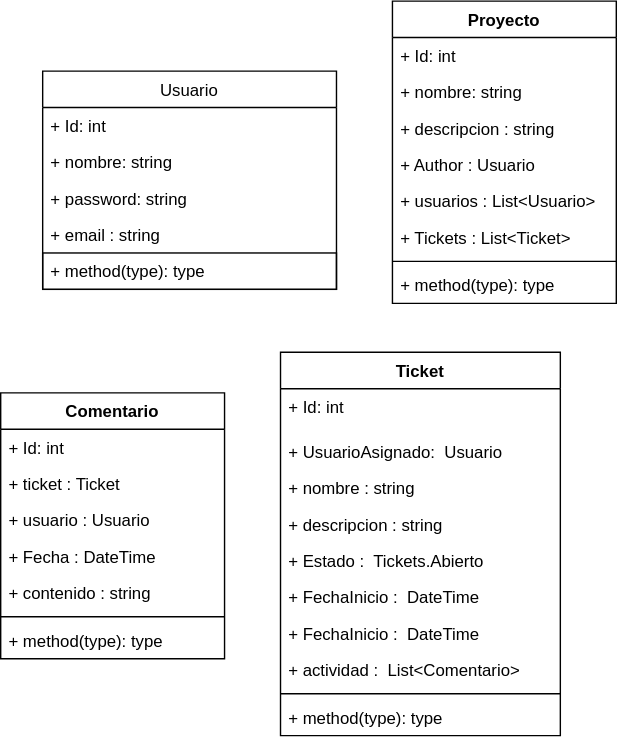
Sherklan12e/Gestion-de-Proyectos keeps this draw.io diagram as Diagrama.drawio.svg. Above is the earlier version. Source tidied: cells renumbered, new cells last; positions are measured from the earlier drawing's top-left corner, leaving out a move shared by most shapes.
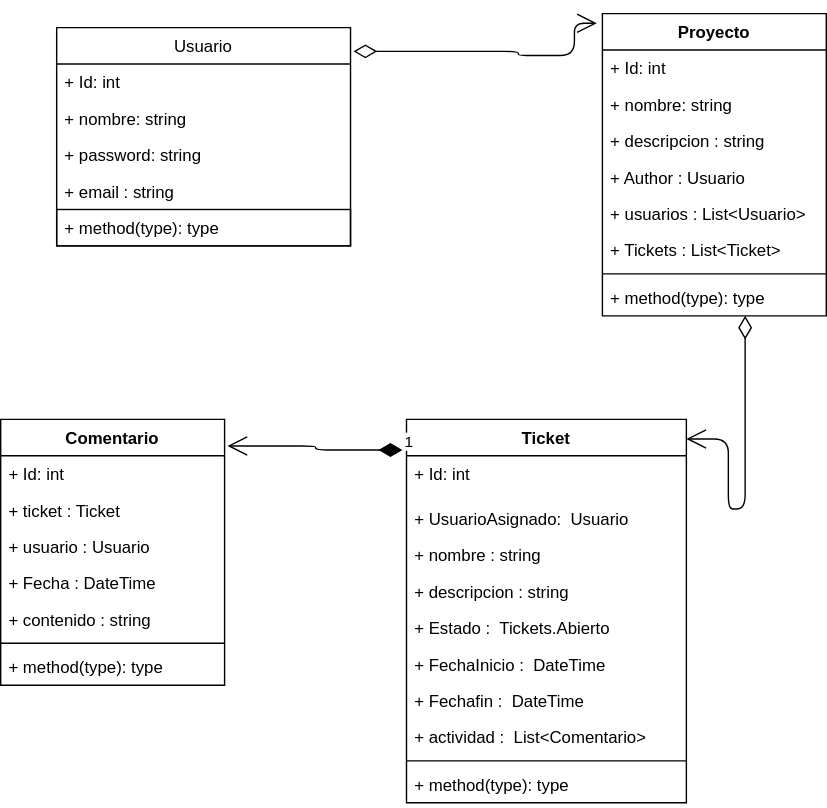
The same file after the commit.

The edit, as a diff of the source:
```diff
@@ -3,7 +3,7 @@
     <mxCell id="0" />
     <mxCell id="1" parent="0" />
     <mxCell id="2" value="Usuario" style="swimlane;fontStyle=0;horizontal=1;startSize=26;fillColor=none;" parent="1" vertex="1">
-      <mxGeometry x="30" y="50" width="210" height="156" as="geometry" />
+      <mxGeometry x="70" y="-20" width="210" height="156" as="geometry" />
     </mxCell>
     <mxCell id="3" value="+ Id: int" style="text;strokeColor=none;fillColor=none;align=left;verticalAlign=top;spacingLeft=4;spacingRight=4;overflow=hidden;" parent="2" vertex="1">
       <mxGeometry y="26" width="210" height="26" as="geometry" />
@@ -21,7 +21,7 @@
       <mxGeometry y="130" width="210" height="26" as="geometry" />
     </mxCell>
     <mxCell id="8" value="Proyecto" style="swimlane;fontStyle=1;align=center;verticalAlign=top;horizontal=1;startSize=26;" parent="1" vertex="1">
-      <mxGeometry x="280" width="160" height="216" as="geometry" />
+      <mxGeometry x="460" y="-30" width="160" height="216" as="geometry" />
     </mxCell>
     <mxCell id="9" value="+ Id: int" style="text;strokeColor=none;fillColor=none;align=left;verticalAlign=top;spacingLeft=4;spacingRight=4;overflow=hidden;" parent="8" vertex="1">
       <mxGeometry y="26" width="160" height="26" as="geometry" />
@@ -48,7 +48,7 @@
       <mxGeometry y="190" width="160" height="26" as="geometry" />
     </mxCell>
     <mxCell id="17" value="Comentario" style="swimlane;fontStyle=1;align=center;verticalAlign=top;horizontal=1;startSize=26;" parent="1" vertex="1">
-      <mxGeometry y="280" width="160" height="190" as="geometry" />
+      <mxGeometry x="30" y="260" width="160" height="190" as="geometry" />
     </mxCell>
     <mxCell id="18" value="+ Id: int" style="text;strokeColor=none;fillColor=none;align=left;verticalAlign=top;spacingLeft=4;spacingRight=4;overflow=hidden;" parent="17" vertex="1">
       <mxGeometry y="26" width="160" height="26" as="geometry" />
@@ -72,7 +72,7 @@
       <mxGeometry y="164" width="160" height="26" as="geometry" />
     </mxCell>
     <mxCell id="25" value="Ticket" style="swimlane;fontStyle=1;align=center;verticalAlign=top;horizontal=1;startSize=26;" parent="1" vertex="1">
-      <mxGeometry x="200" y="251" width="200" height="274" as="geometry" />
+      <mxGeometry x="320" y="260" width="200" height="274" as="geometry" />
     </mxCell>
     <mxCell id="26" value="+ Id: int" style="text;strokeColor=none;fillColor=none;align=left;verticalAlign=top;spacingLeft=4;spacingRight=4;overflow=hidden;" parent="25" vertex="1">
       <mxGeometry y="26" width="200" height="32" as="geometry" />
@@ -92,7 +92,7 @@
     <mxCell id="31" value="+ FechaInicio :  DateTime" style="text;strokeColor=none;fillColor=none;align=left;verticalAlign=top;spacingLeft=4;spacingRight=4;overflow=hidden;" parent="25" vertex="1">
       <mxGeometry y="162" width="200" height="26" as="geometry" />
     </mxCell>
-    <mxCell id="32" value="+ FechaInicio :  DateTime" style="text;strokeColor=none;fillColor=none;align=left;verticalAlign=top;spacingLeft=4;spacingRight=4;overflow=hidden;" parent="25" vertex="1">
+    <mxCell id="32" value="+ Fechafin :  DateTime" style="text;strokeColor=none;fillColor=none;align=left;verticalAlign=top;spacingLeft=4;spacingRight=4;overflow=hidden;" parent="25" vertex="1">
       <mxGeometry y="188" width="200" height="26" as="geometry" />
     </mxCell>
     <mxCell id="33" value="+ actividad :  List&lt;Comentario&gt;" style="text;strokeColor=none;fillColor=none;align=left;verticalAlign=top;spacingLeft=4;spacingRight=4;overflow=hidden;" parent="25" vertex="1">
@@ -104,5 +104,28 @@
     <mxCell id="35" value="+ method(type): type" style="text;strokeColor=none;fillColor=none;align=left;verticalAlign=top;spacingLeft=4;spacingRight=4;overflow=hidden;" parent="25" vertex="1">
       <mxGeometry y="248" width="200" height="26" as="geometry" />
     </mxCell>
+    <mxCell id="36" value="1" style="endArrow=open;html=1;endSize=12;startArrow=diamondThin;startSize=14;startFill=1;edgeStyle=orthogonalEdgeStyle;align=left;verticalAlign=bottom;entryX=1.013;entryY=0.1;entryDx=0;entryDy=0;entryPerimeter=0;strokeColor=#000000;exitX=-0.015;exitY=0.08;exitDx=0;exitDy=0;exitPerimeter=0;" parent="1" edge="1" source="25" target="17">
+      <mxGeometry x="-1" y="3" relative="1" as="geometry" />
+    </mxCell>
+    <mxCell id="37" value="&lt;br&gt;" style="endArrow=open;html=1;endSize=12;startArrow=diamondThin;startSize=14;startFill=0;edgeStyle=orthogonalEdgeStyle;align=left;verticalAlign=bottom;entryX=1;entryY=0.051;entryDx=0;entryDy=0;entryPerimeter=0;strokeColor=#000000;labelBackgroundColor=#FFFFFF;fontColor=#FFFFFF;" parent="1" edge="1" source="16" target="25">
+      <mxGeometry x="-1" y="-268" relative="1" as="geometry">
+        <Array as="points">
+          <mxPoint x="562" y="324" />
+          <mxPoint x="550" y="324" />
+          <mxPoint x="550" y="274" />
+        </Array>
+        <mxPoint x="120" y="28" as="offset" />
+      </mxGeometry>
+    </mxCell>
+    <mxCell id="38" style="endArrow=open;html=1;endSize=12;startArrow=diamondThin;startSize=14;startFill=0;edgeStyle=orthogonalEdgeStyle;align=left;verticalAlign=bottom;exitX=1.01;exitY=0.109;exitDx=0;exitDy=0;exitPerimeter=0;strokeColor=#000000;labelBackgroundColor=#FFFFFF;fontColor=#FFFFFF;entryX=-0.025;entryY=0.032;entryDx=0;entryDy=0;entryPerimeter=0;" parent="1" edge="1" source="2" target="8">
+      <mxGeometry x="-0.62" y="57" relative="1" as="geometry">
+        <Array as="points">
+          <mxPoint x="400" y="-3" />
+          <mxPoint x="400" />
+          <mxPoint x="440" />
+          <mxPoint x="440" y="-23" />
+        </Array>
+      </mxGeometry>
+    </mxCell>
   </root>
 </mxGraphModel>
```
